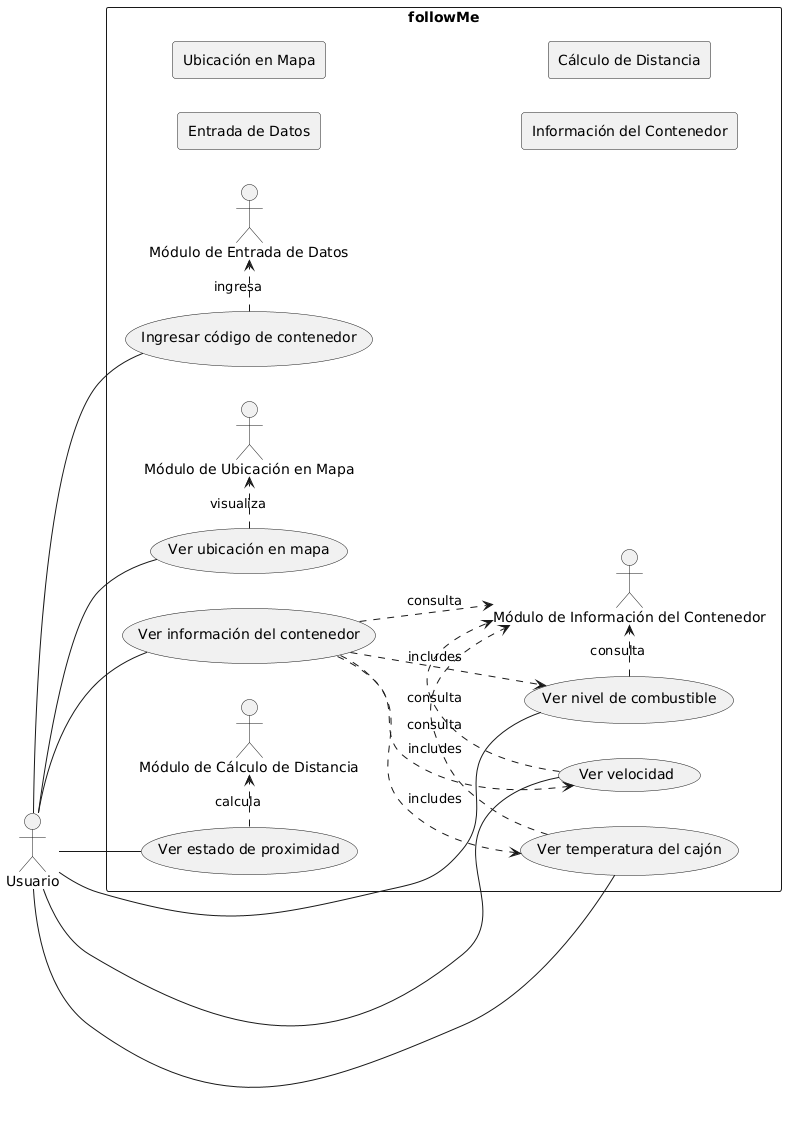
Earlier version of the PlantUML export Imagenes/followme.png (HugoLifes/memoria-profesional-formato). The source it was exported from:
```plantuml
@startuml
left to right direction

actor Usuario

rectangle "followMe" {

    Usuario -- (Ingresar código de contenedor)
    Usuario -- (Ver ubicación en mapa)
    Usuario -- (Ver información del contenedor)
    Usuario -- (Ver nivel de combustible)
    Usuario -- (Ver velocidad)
    Usuario -- (Ver temperatura del cajón)
    Usuario -- (Ver estado de proximidad)

    (Ingresar código de contenedor) .> "Módulo de Entrada de Datos" : ingresa
    (Ver ubicación en mapa) .> "Módulo de Ubicación en Mapa" : visualiza
    (Ver información del contenedor) .> "Módulo de Información del Contenedor" : consulta
    (Ver nivel de combustible) .> "Módulo de Información del Contenedor" : consulta
    (Ver velocidad) .> "Módulo de Información del Contenedor" : consulta
    (Ver temperatura del cajón) .> "Módulo de Información del Contenedor" : consulta
    (Ver estado de proximidad) .> "Módulo de Cálculo de Distancia" : calcula

    (Ver información del contenedor) ..> (Ver nivel de combustible) : includes
    (Ver información del contenedor) ..> (Ver velocidad) : includes
    (Ver información del contenedor) ..> (Ver temperatura del cajón) : includes

    rectangle "Entrada de Datos"
    rectangle "Ubicación en Mapa"
    rectangle "Información del Contenedor"
    rectangle "Cálculo de Distancia"
}
@enduml
```
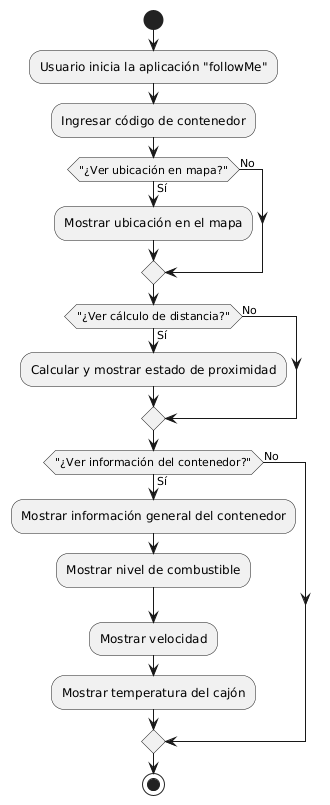
The same diagram one commit later.

Change to the diagram source:
```diff
@@ -1,33 +1,26 @@
 @startuml
-left to right direction
+start
+:Usuario inicia la aplicación "followMe";
 
-actor Usuario
+:Ingresar código de contenedor;
 
-rectangle "followMe" {
+if ("¿Ver ubicación en mapa?") then (Sí)
+  :Mostrar ubicación en el mapa;
+else (No)
+endif
 
-    Usuario -- (Ingresar código de contenedor)
-    Usuario -- (Ver ubicación en mapa)
-    Usuario -- (Ver información del contenedor)
-    Usuario -- (Ver nivel de combustible)
-    Usuario -- (Ver velocidad)
-    Usuario -- (Ver temperatura del cajón)
-    Usuario -- (Ver estado de proximidad)
+if ("¿Ver cálculo de distancia?") then (Sí)
+  :Calcular y mostrar estado de proximidad;
+else (No)
+endif
 
-    (Ingresar código de contenedor) .> "Módulo de Entrada de Datos" : ingresa
-    (Ver ubicación en mapa) .> "Módulo de Ubicación en Mapa" : visualiza
-    (Ver información del contenedor) .> "Módulo de Información del Contenedor" : consulta
-    (Ver nivel de combustible) .> "Módulo de Información del Contenedor" : consulta
-    (Ver velocidad) .> "Módulo de Información del Contenedor" : consulta
-    (Ver temperatura del cajón) .> "Módulo de Información del Contenedor" : consulta
-    (Ver estado de proximidad) .> "Módulo de Cálculo de Distancia" : calcula
+if ("¿Ver información del contenedor?") then (Sí)
+  :Mostrar información general del contenedor;
+  :Mostrar nivel de combustible;
+  :Mostrar velocidad;
+  :Mostrar temperatura del cajón;
+else (No)
+endif
 
-    (Ver información del contenedor) ..> (Ver nivel de combustible) : includes
-    (Ver información del contenedor) ..> (Ver velocidad) : includes
-    (Ver información del contenedor) ..> (Ver temperatura del cajón) : includes
-
-    rectangle "Entrada de Datos"
-    rectangle "Ubicación en Mapa"
-    rectangle "Información del Contenedor"
-    rectangle "Cálculo de Distancia"
-}
+stop
 @enduml
```
